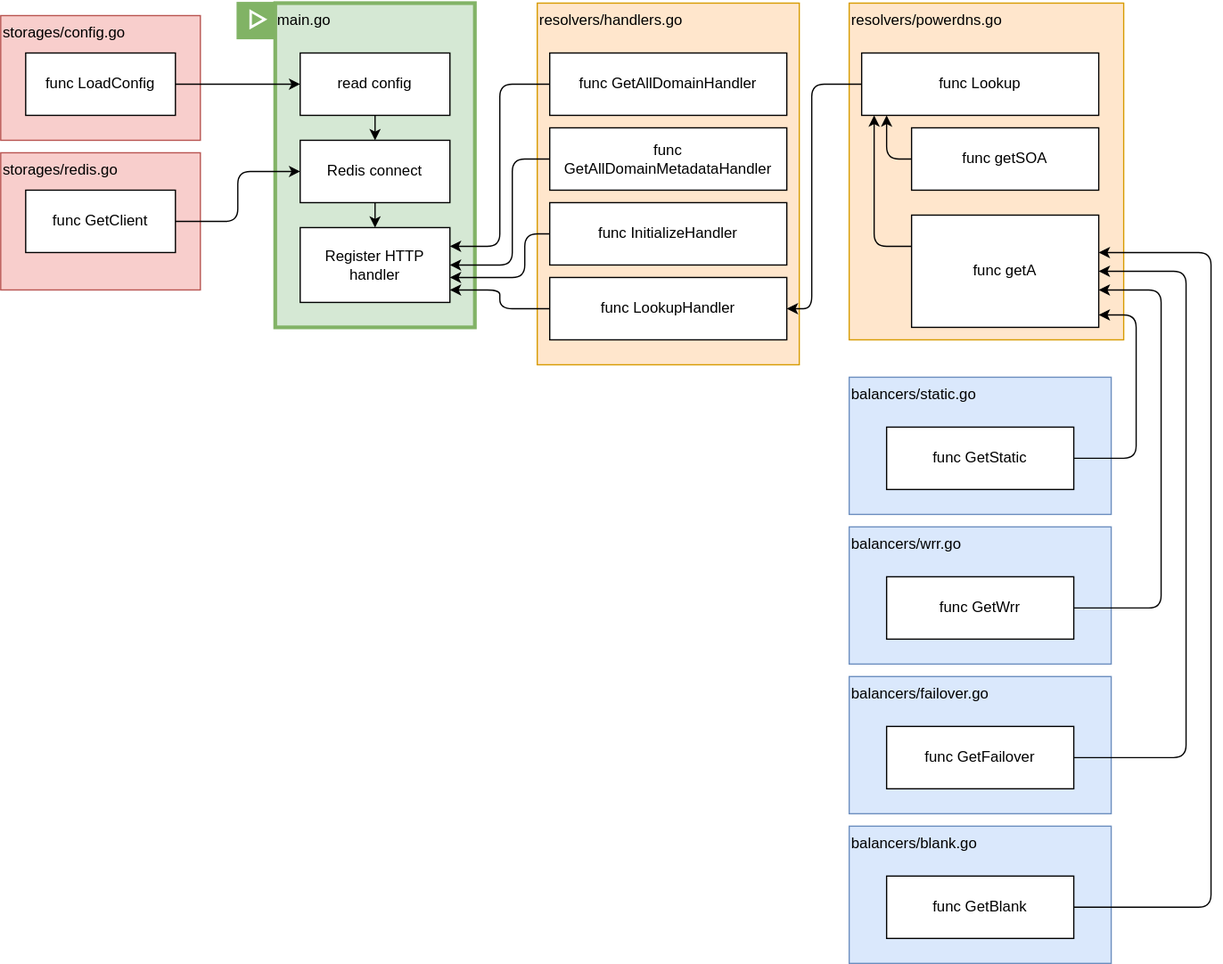
Earlier version of the draw.io export docs/driver/structure.drawio.svg (kelpi-io/kelpi.io). Source tidied: cells renumbered, new cells last; positions are measured from the earlier drawing's top-left corner, leaving out a move shared by most shapes.
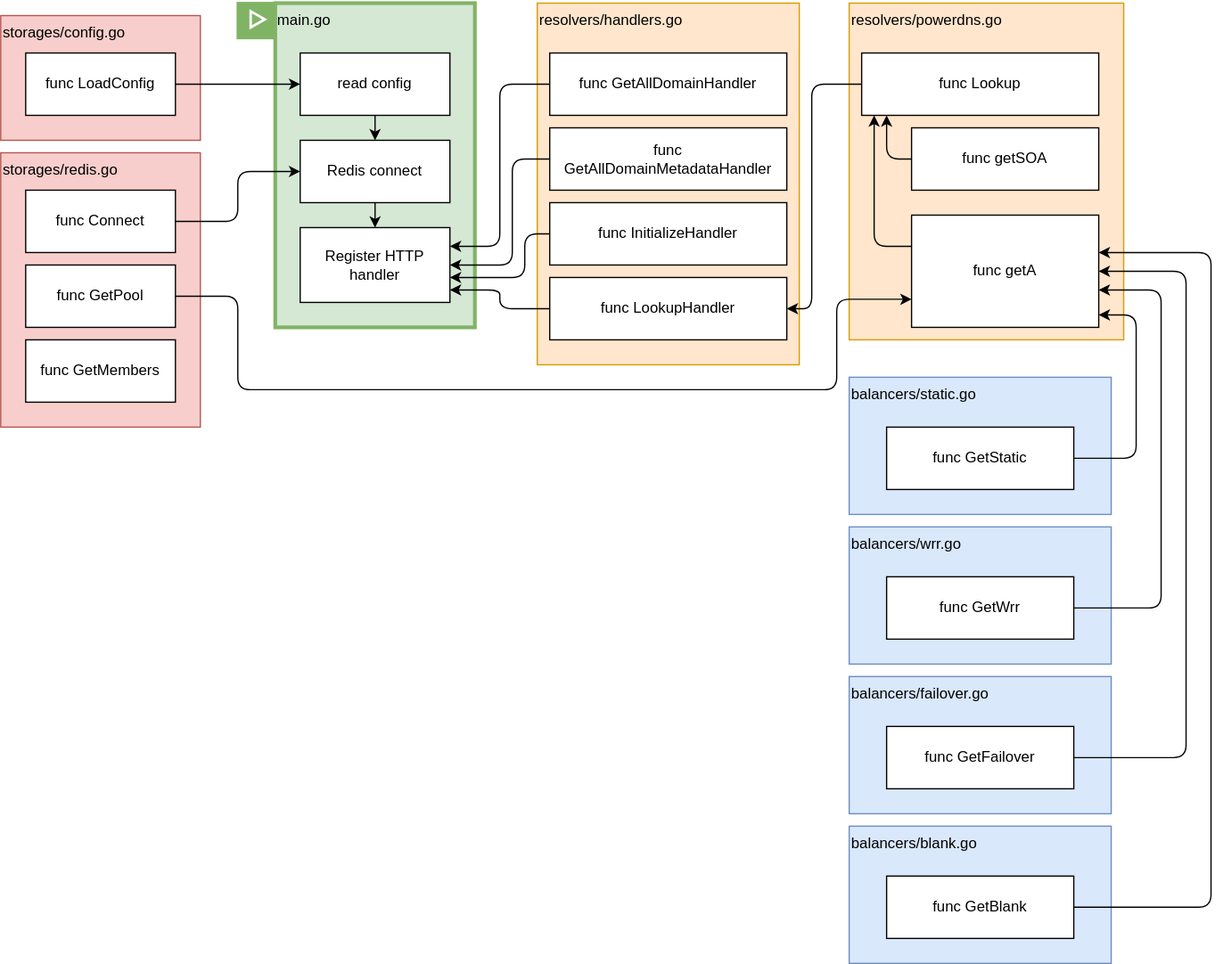
Later version of the same file.

Diff of the diagram source:
```diff
@@ -106,12 +106,12 @@
       <mxGeometry x="20" y="41" width="120" height="50" as="geometry" />
     </mxCell>
     <mxCell id="27" value="storages/redis.go" style="rounded=0;whiteSpace=wrap;html=1;fillColor=#f8cecc;strokeColor=#b85450;verticalAlign=top;align=left;" parent="1" vertex="1">
-      <mxGeometry y="121" width="160" height="110" as="geometry" />
+      <mxGeometry y="121" width="160" height="220" as="geometry" />
     </mxCell>
     <mxCell id="28" style="edgeStyle=orthogonalEdgeStyle;html=1;entryX=0;entryY=0.5;entryDx=0;entryDy=0;" parent="1" edge="1" source="29" target="6">
       <mxGeometry relative="1" as="geometry" />
     </mxCell>
-    <mxCell id="29" value="func GetClient" style="rounded=0;whiteSpace=wrap;html=1;" parent="1" vertex="1">
+    <mxCell id="29" value="func Connect" style="rounded=0;whiteSpace=wrap;html=1;" parent="1" vertex="1">
       <mxGeometry x="20" y="151" width="120" height="50" as="geometry" />
     </mxCell>
     <mxCell id="30" value="balancers/static.go" style="rounded=0;whiteSpace=wrap;html=1;fillColor=#dae8fc;strokeColor=#6c8ebf;verticalAlign=top;align=left;" parent="1" vertex="1">
@@ -176,5 +176,21 @@
     <mxCell id="43" value="func GetBlank" style="rounded=0;whiteSpace=wrap;html=1;verticalAlign=middle;" parent="1" vertex="1">
       <mxGeometry x="710" y="701" width="150" height="50" as="geometry" />
     </mxCell>
+    <mxCell id="44" style="edgeStyle=orthogonalEdgeStyle;html=1;entryX=0;entryY=0.75;entryDx=0;entryDy=0;" parent="1" edge="1" source="45" target="23">
+      <mxGeometry relative="1" as="geometry">
+        <Array as="points">
+          <mxPoint x="190" y="236" />
+          <mxPoint x="190" y="311" />
+          <mxPoint x="670" y="311" />
+          <mxPoint x="670" y="238" />
+        </Array>
+      </mxGeometry>
+    </mxCell>
+    <mxCell id="45" value="func GetPool" style="rounded=0;whiteSpace=wrap;html=1;" parent="1" vertex="1">
+      <mxGeometry x="20" y="211" width="120" height="50" as="geometry" />
+    </mxCell>
+    <mxCell id="46" value="func GetMembers" style="rounded=0;whiteSpace=wrap;html=1;" parent="1" vertex="1">
+      <mxGeometry x="20" y="271" width="120" height="50" as="geometry" />
+    </mxCell>
   </root>
 </mxGraphModel>
```
